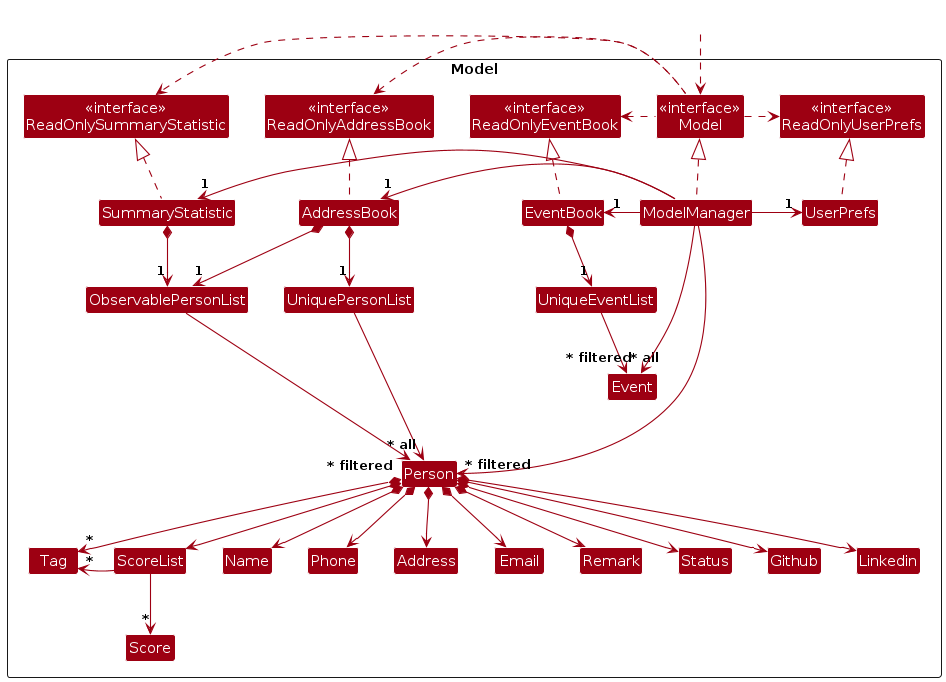
The PlantUML diagram diagrams/ModelClassDiagram.png in AriellaCallista/tp, before a commit. Its source is kept beside it as diagrams/ModelClassDiagram.puml.
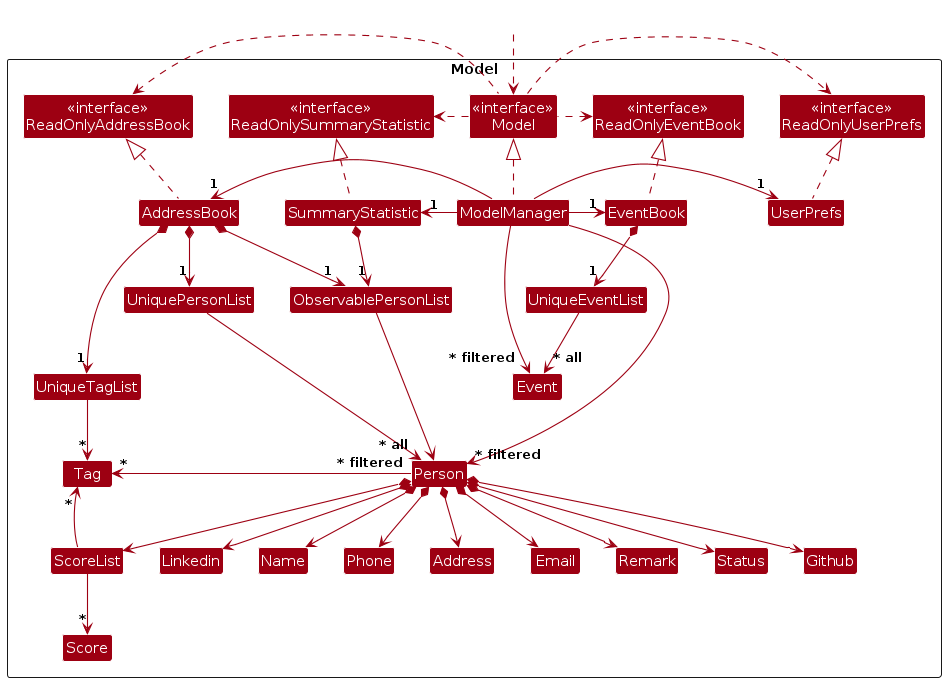
Later version of the same file.

Change to the diagram source:
```diff
@@ -17,6 +17,7 @@
 Class SummaryStatistic
 Class ObservablePersonList
 
+Class UniqueTagList
 Class UniquePersonList
 Class Person
 Class Address
@@ -62,9 +63,11 @@
 EventBook *--> "1" UniqueEventList
 UniqueEventList --> "~* all" Event
 
+AddressBook *--> "1" UniqueTagList
 AddressBook *--> "1" UniquePersonList
 AddressBook *--> "1" ObservablePersonList
 UniquePersonList --> "~* all" Person
+UniqueTagList --> "~*" Tag
 ObservablePersonList --> "~* filtered" Person
 Person *--> Name
 Person *--> Phone
@@ -72,12 +75,12 @@
 Person *--> Address
 Person *--> Remark
 Person *--> ScoreList
-Person *--> "*" Tag
+Person -left-> "*" Tag
 Person *--> Status
 Person *--> Github
 Person *--> Linkedin
 
-ScoreList -left-> "*" Tag
+ScoreList -up-> "*" Tag
 ScoreList -down-> "*" Score
 
 Person -[hidden]up--> I
```
